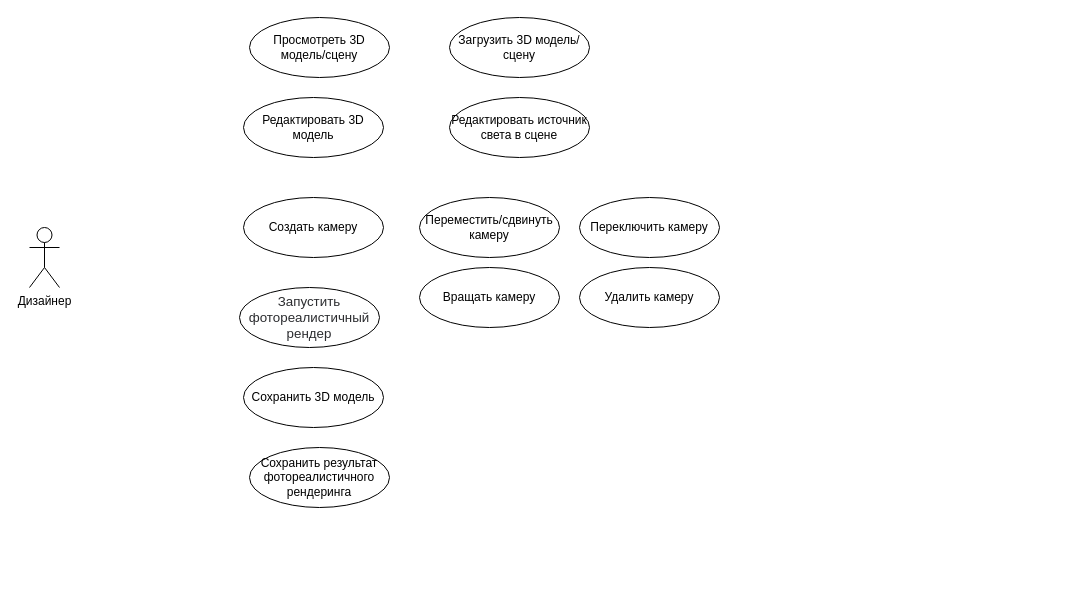
Before: module_2/Use Case Diagram.drawio in SheinEA/gb_architect, a draw.io diagram. Source tidied: cells renumbered, new cells numbered last; positions are measured from the earlier drawing's top-left corner, leaving out a move shared by most shapes. Both pictures are drawn from the tidied source at 100%, with x=0, y=0 at pixel (29, 17).
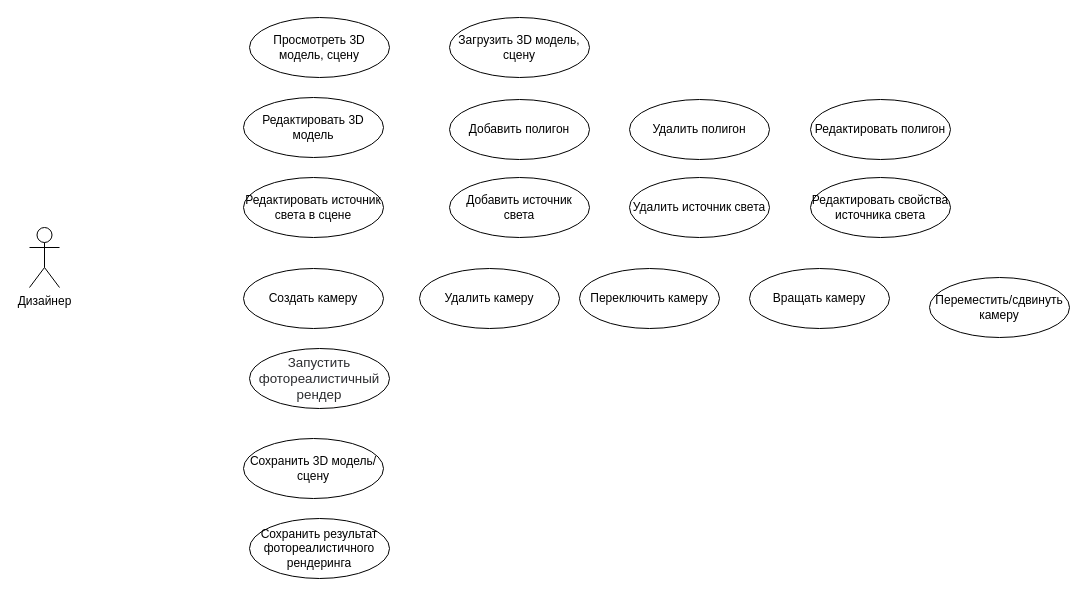
The same diagram, later.

What changed in the source:
```diff
@@
-    <mxCell id="2" value="Загрузить 3D модель/сцену" style="ellipse;whiteSpace=wrap;html=1;" parent="1" vertex="1">
+    <mxCell id="2" value="Загрузить 3D модель, сцену" style="ellipse;whiteSpace=wrap;html=1;" parent="1" vertex="1">
       <mxGeometry x="420" width="140" height="60" as="geometry" />
     </mxCell>
@@
-    <mxCell id="4" value="Просмотреть 3D модель/сцену" style="ellipse;whiteSpace=wrap;html=1;" parent="1" vertex="1">
+    <mxCell id="4" value="Просмотреть 3D модель, сцену" style="ellipse;whiteSpace=wrap;html=1;" parent="1" vertex="1">
       <mxGeometry x="220" width="140" height="60" as="geometry" />
     </mxCell>
     <mxCell id="5" value="Создать камеру" style="ellipse;whiteSpace=wrap;html=1;" parent="1" vertex="1">
-      <mxGeometry x="214" y="180" width="140" height="60" as="geometry" />
+      <mxGeometry x="214" y="251" width="140" height="60" as="geometry" />
     </mxCell>
@@
-    <mxCell id="7" value="Сохранить 3D модель" style="ellipse;whiteSpace=wrap;html=1;" parent="1" vertex="1">
-      <mxGeometry x="214" y="350" width="140" height="60" as="geometry" />
+    <mxCell id="7" value="Сохранить 3D модель/сцену" style="ellipse;whiteSpace=wrap;html=1;" parent="1" vertex="1">
+      <mxGeometry x="214" y="421" width="140" height="60" as="geometry" />
     </mxCell>
     <mxCell id="8" value="Сохранить результат фотореалистичного рендеринга" style="ellipse;whiteSpace=wrap;html=1;" parent="1" vertex="1">
-      <mxGeometry x="220" y="430" width="140" height="60" as="geometry" />
+      <mxGeometry x="220" y="501" width="140" height="60" as="geometry" />
     </mxCell>
     <mxCell id="9" value="Переместить/сдвинуть камеру" style="ellipse;whiteSpace=wrap;html=1;" parent="1" vertex="1">
-      <mxGeometry x="390" y="180" width="140" height="60" as="geometry" />
+      <mxGeometry x="900" y="260" width="140" height="60" as="geometry" />
     </mxCell>
     <mxCell id="10" value="Вращать камеру" style="ellipse;whiteSpace=wrap;html=1;" parent="1" vertex="1">
-      <mxGeometry x="390" y="250" width="140" height="60" as="geometry" />
+      <mxGeometry x="720" y="251" width="140" height="60" as="geometry" />
     </mxCell>
     <mxCell id="11" value="Переключить камеру" style="ellipse;whiteSpace=wrap;html=1;" parent="1" vertex="1">
-      <mxGeometry x="550" y="180" width="140" height="60" as="geometry" />
+      <mxGeometry x="550" y="251" width="140" height="60" as="geometry" />
     </mxCell>
     <mxCell id="12" value="Удалить камеру" style="ellipse;whiteSpace=wrap;html=1;" parent="1" vertex="1">
-      <mxGeometry x="550" y="250" width="140" height="60" as="geometry" />
+      <mxGeometry x="390" y="251" width="140" height="60" as="geometry" />
     </mxCell>
     <mxCell id="13" value="Редактировать источник света в сцене" style="ellipse;whiteSpace=wrap;html=1;" parent="1" vertex="1">
-      <mxGeometry x="420" y="80" width="140" height="60" as="geometry" />
+      <mxGeometry x="214" y="160" width="140" height="60" as="geometry" />
     </mxCell>
     <mxCell id="14" value="&lt;span id=&quot;docs-internal-guid-07935baf-7fff-c7c5-6f66-7052401fd73c&quot;&gt;&lt;span style=&quot;font-size: 10pt ; font-family: &amp;#34;arial&amp;#34; ; color: rgb(44 , 45 , 48) ; background-color: transparent ; vertical-align: baseline&quot;&gt;Запустить фотореалистичный рендер&lt;/span&gt;&lt;/span&gt;" style="ellipse;whiteSpace=wrap;html=1;" parent="1" vertex="1">
-      <mxGeometry x="210" y="270" width="140" height="60" as="geometry" />
+      <mxGeometry x="220" y="331" width="140" height="60" as="geometry" />
     </mxCell>
+    <mxCell id="15" value="Добавить полигон" style="ellipse;whiteSpace=wrap;html=1;" parent="1" vertex="1">
+      <mxGeometry x="420" y="82" width="140" height="60" as="geometry" />
+    </mxCell>
+    <mxCell id="16" value="Удалить полигон" style="ellipse;whiteSpace=wrap;html=1;" parent="1" vertex="1">
+      <mxGeometry x="600" y="82" width="140" height="60" as="geometry" />
+    </mxCell>
+    <mxCell id="17" value="Редактировать полигон" style="ellipse;whiteSpace=wrap;html=1;" parent="1" vertex="1">
+      <mxGeometry x="781" y="82" width="140" height="60" as="geometry" />
+    </mxCell>
+    <mxCell id="18" value="Добавить источник света" style="ellipse;whiteSpace=wrap;html=1;" parent="1" vertex="1">
+      <mxGeometry x="420" y="160" width="140" height="60" as="geometry" />
+    </mxCell>
+    <mxCell id="19" value="Удалить источник света" style="ellipse;whiteSpace=wrap;html=1;" parent="1" vertex="1">
+      <mxGeometry x="600" y="160" width="140" height="60" as="geometry" />
+    </mxCell>
+    <mxCell id="20" value="Редактировать свойства источника света" style="ellipse;whiteSpace=wrap;html=1;" parent="1" vertex="1">
+      <mxGeometry x="781" y="160" width="140" height="60" as="geometry" />
+    </mxCell>
```
